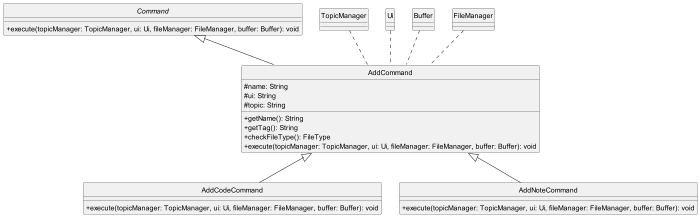
Above: docs/class-diagrams/diagrams/AddClass.png in ong-ck/tp (PlantUML), before the change.
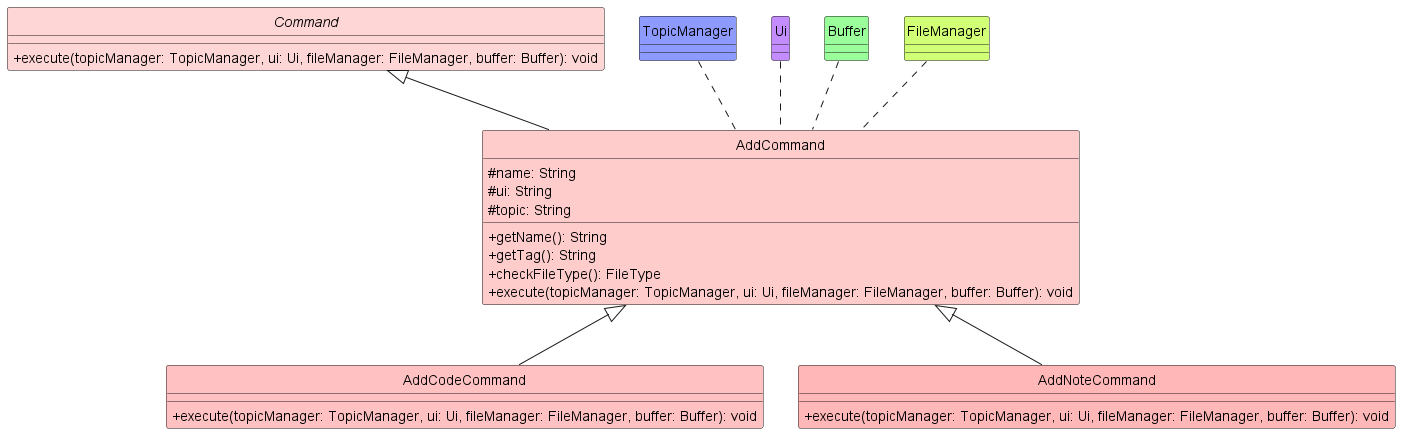
Above is the later version.

Commit message:
Refactor add diagrams to include color and update PPP

Diff of the diagram source:
```diff
@@ -1,12 +1,13 @@
 @startuml
+!include ../../style.iuml
 skinparam classAttributeIconSize 0
 hide circle
 
-abstract class Command {
+abstract class Command Command_STYLE {
     +execute(topicManager: TopicManager, ui: Ui, fileManager: FileManager, buffer: Buffer): void
 }
 
-class AddCommand {
+class AddCommand AddCommand_STYLE {
     #name: String
     #ui: String
     #topic: String
@@ -16,24 +17,24 @@
     +execute(topicManager: TopicManager, ui: Ui, fileManager: FileManager, buffer: Buffer): void
 }
 
-class AddCodeCommand {
+class AddCodeCommand AddCodeCommand_STYLE {
     +execute(topicManager: TopicManager, ui: Ui, fileManager: FileManager, buffer: Buffer): void
 }
 
-class AddNoteCommand {
+class AddNoteCommand AddNoteCommand_STYLE {
     +execute(topicManager: TopicManager, ui: Ui, fileManager: FileManager, buffer: Buffer): void
 }
 
-class TopicManager {
+class TopicManager TopicManager_STYLE {
 }
 
-class Ui {
+class Ui Ui_STYLE {
 }
 
-class Buffer {
+class Buffer Buffer_STYLE {
 }
 
-class FileManager {
+class FileManager FileManager_STYLE {
 }
 
 Command <|-- AddCommand
```
